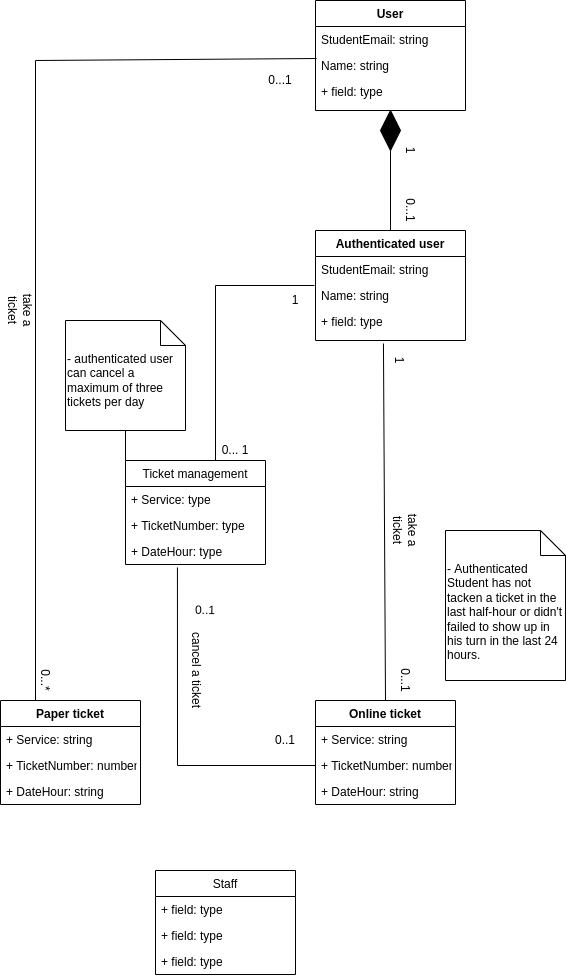
Above: images/Domain_Model.png in HenriqueNPinho/FEUP-ESOF (draw.io), before the change. Source tidied: cells renumbered, new cells last; positions are measured from the earlier drawing's top-left corner, leaving out a move shared by most shapes.
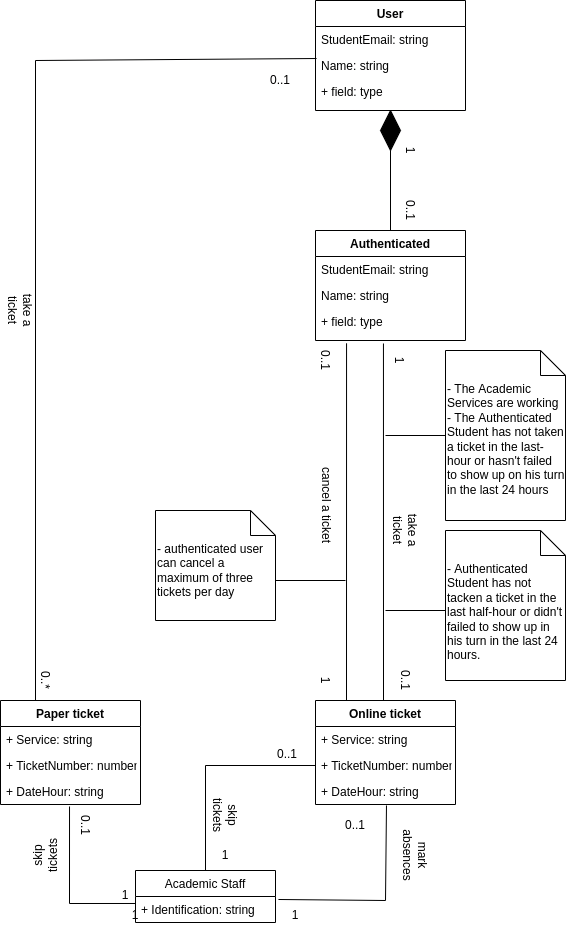
The same file after the commit.

The edit, as a diff of the source:
```diff
@@ -45,34 +45,30 @@
         </Array>
       </mxGeometry>
     </mxCell>
-    <mxCell id="15" value="0...1" style="text;html=1;strokeColor=none;fillColor=none;align=center;verticalAlign=middle;whiteSpace=wrap;rounded=0;rotation=90;" parent="1" vertex="1">
+    <mxCell id="15" value="0..1" style="text;html=1;strokeColor=none;fillColor=none;align=center;verticalAlign=middle;whiteSpace=wrap;rounded=0;rotation=90;" parent="1" vertex="1">
       <mxGeometry x="380" y="670" width="50" height="20" as="geometry" />
     </mxCell>
-    <mxCell id="16" style="endArrow=none;html=1;rounded=0;exitX=0.453;exitY=1.094;exitDx=0;exitDy=0;entryX=0.5;entryY=0;entryDx=0;entryDy=0;exitPerimeter=0;" parent="1" edge="1" source="27" target="10">
-      <mxGeometry relative="1" as="geometry" />
+    <mxCell id="16" style="endArrow=none;html=1;rounded=0;exitX=0.453;exitY=1.094;exitDx=0;exitDy=0;exitPerimeter=0;" parent="1" edge="1" source="27">
+      <mxGeometry relative="1" as="geometry">
+        <mxPoint x="383" y="700" as="targetPoint" />
+      </mxGeometry>
     </mxCell>
-    <mxCell id="17" value="0...*" style="text;html=1;strokeColor=none;fillColor=none;align=center;verticalAlign=middle;whiteSpace=wrap;rounded=0;rotation=90;" parent="1" vertex="1">
+    <mxCell id="17" value="0..*" style="text;html=1;strokeColor=none;fillColor=none;align=center;verticalAlign=middle;whiteSpace=wrap;rounded=0;rotation=90;" parent="1" vertex="1">
       <mxGeometry x="25" y="670" width="40" height="20" as="geometry" />
     </mxCell>
     <mxCell id="18" value="1" style="text;html=1;strokeColor=none;fillColor=none;align=center;verticalAlign=middle;whiteSpace=wrap;rounded=0;rotation=90;" parent="1" vertex="1">
       <mxGeometry x="379" y="350" width="40" height="20" as="geometry" />
     </mxCell>
-    <mxCell id="19" value="0...1" style="text;html=1;strokeColor=none;fillColor=none;align=center;verticalAlign=middle;whiteSpace=wrap;rounded=0;rotation=0;" parent="1" vertex="1">
+    <mxCell id="19" value="0..1" style="text;html=1;strokeColor=none;fillColor=none;align=center;verticalAlign=middle;whiteSpace=wrap;rounded=0;rotation=0;" parent="1" vertex="1">
       <mxGeometry x="255" y="70" width="50" height="20" as="geometry" />
     </mxCell>
-    <mxCell id="20" value="Staff" style="swimlane;fontStyle=0;horizontal=1;startSize=26;fillColor=none;" parent="1" vertex="1">
-      <mxGeometry x="155" y="870" width="140" height="104" as="geometry" />
+    <mxCell id="20" value="Academic Staff" style="swimlane;fontStyle=0;horizontal=1;startSize=26;fillColor=none;" parent="1" vertex="1">
+      <mxGeometry x="135" y="870" width="140" height="52" as="geometry" />
     </mxCell>
-    <mxCell id="21" value="+ field: type" style="text;strokeColor=none;fillColor=none;align=left;verticalAlign=top;spacingLeft=4;spacingRight=4;overflow=hidden;points=[[0,0.5],[1,0.5]];portConstraint=eastwest;" parent="20" vertex="1">
+    <mxCell id="21" value="+ Identification: string" style="text;strokeColor=none;fillColor=none;align=left;verticalAlign=top;spacingLeft=4;spacingRight=4;overflow=hidden;points=[[0,0.5],[1,0.5]];portConstraint=eastwest;" parent="20" vertex="1">
       <mxGeometry y="26" width="140" height="26" as="geometry" />
     </mxCell>
-    <mxCell id="22" value="+ field: type" style="text;strokeColor=none;fillColor=none;align=left;verticalAlign=top;spacingLeft=4;spacingRight=4;overflow=hidden;" parent="20" vertex="1">
-      <mxGeometry y="52" width="140" height="26" as="geometry" />
-    </mxCell>
-    <mxCell id="23" value="+ field: type" style="text;strokeColor=none;fillColor=none;align=left;verticalAlign=top;spacingLeft=4;spacingRight=4;overflow=hidden;" parent="20" vertex="1">
-      <mxGeometry y="78" width="140" height="26" as="geometry" />
-    </mxCell>
-    <mxCell id="24" value="Authenticated user" style="swimlane;fontStyle=1;horizontal=1;startSize=26;fillColor=none;" parent="1" vertex="1">
+    <mxCell id="24" value="Authenticated" style="swimlane;fontStyle=1;horizontal=1;startSize=26;fillColor=none;" parent="1" vertex="1">
       <mxGeometry x="315" y="230" width="150" height="110" as="geometry" />
     </mxCell>
     <mxCell id="25" value="StudentEmail: string" style="text;strokeColor=none;fillColor=none;align=left;verticalAlign=top;spacingLeft=4;spacingRight=4;overflow=hidden;" parent="24" vertex="1">
@@ -93,65 +89,105 @@
     <mxCell id="30" value="1" style="text;html=1;strokeColor=none;fillColor=none;align=center;verticalAlign=middle;whiteSpace=wrap;rounded=0;rotation=90;" parent="1" vertex="1">
       <mxGeometry x="385" y="140" width="50" height="20" as="geometry" />
     </mxCell>
-    <mxCell id="31" value="0...1" style="text;html=1;strokeColor=none;fillColor=none;align=center;verticalAlign=middle;whiteSpace=wrap;rounded=0;rotation=90;" parent="1" vertex="1">
+    <mxCell id="31" value="0..1" style="text;html=1;strokeColor=none;fillColor=none;align=center;verticalAlign=middle;whiteSpace=wrap;rounded=0;rotation=90;" parent="1" vertex="1">
       <mxGeometry x="390" y="200" width="40" height="20" as="geometry" />
     </mxCell>
-    <mxCell id="32" value="Ticket management" style="swimlane;fontStyle=0;horizontal=1;startSize=26;fillColor=none;" parent="1" vertex="1">
-      <mxGeometry x="125" y="460" width="140" height="104" as="geometry" />
-    </mxCell>
-    <mxCell id="33" value="+ Service: type" style="text;strokeColor=none;fillColor=none;align=left;verticalAlign=top;spacingLeft=4;spacingRight=4;overflow=hidden;" parent="32" vertex="1">
-      <mxGeometry y="26" width="140" height="26" as="geometry" />
-    </mxCell>
-    <mxCell id="34" value="+ TicketNumber: type" style="text;strokeColor=none;fillColor=none;align=left;verticalAlign=top;spacingLeft=4;spacingRight=4;overflow=hidden;" parent="32" vertex="1">
-      <mxGeometry y="52" width="140" height="26" as="geometry" />
-    </mxCell>
-    <mxCell id="35" value="+ DateHour: type" style="text;strokeColor=none;fillColor=none;align=left;verticalAlign=top;spacingLeft=4;spacingRight=4;overflow=hidden;points=[[0,0.5],[1,0.5]];portConstraint=eastwest;" parent="32" vertex="1">
-      <mxGeometry y="78" width="140" height="26" as="geometry" />
-    </mxCell>
-    <mxCell id="36" style="endArrow=none;html=1;rounded=0;entryX=-0.007;entryY=0.115;entryDx=0;entryDy=0;entryPerimeter=0;" parent="1" edge="1" target="26">
-      <mxGeometry relative="1" as="geometry">
-        <mxPoint x="215" y="460" as="sourcePoint" />
-        <Array as="points">
-          <mxPoint x="215" y="285" />
-        </Array>
-      </mxGeometry>
-    </mxCell>
     <mxCell id="37" value="take a ticket" style="text;html=1;strokeColor=none;fillColor=none;align=center;verticalAlign=middle;whiteSpace=wrap;rounded=0;rotation=90;" parent="1" vertex="1">
       <mxGeometry x="385" y="520" width="40" height="20" as="geometry" />
     </mxCell>
     <mxCell id="38" value="cancel a ticket" style="text;whiteSpace=wrap;html=1;rotation=90;" parent="1" vertex="1">
-      <mxGeometry x="145" y="665" width="100" height="30" as="geometry" />
+      <mxGeometry x="275" y="500" width="100" height="30" as="geometry" />
     </mxCell>
     <mxCell id="39" value="take a ticket" style="text;html=1;strokeColor=none;fillColor=none;align=center;verticalAlign=middle;whiteSpace=wrap;rounded=0;rotation=90;" parent="1" vertex="1">
       <mxGeometry y="300" width="40" height="20" as="geometry" />
     </mxCell>
     <mxCell id="40" value="- authenticated user can cancel a maximum of three tickets per day&lt;br&gt;" style="shape=note2;boundedLbl=1;whiteSpace=wrap;html=1;size=25;verticalAlign=top;align=left;" parent="1" vertex="1">
-      <mxGeometry x="65" y="320" width="120" height="110" as="geometry" />
+      <mxGeometry x="155" y="510" width="120" height="110" as="geometry" />
     </mxCell>
-    <mxCell id="41" style="endArrow=none;html=1;rounded=0;exitX=0.5;exitY=1;exitDx=0;exitDy=0;exitPerimeter=0;entryX=0;entryY=0;entryDx=0;entryDy=0;" parent="1" edge="1" source="40" target="32">
-      <mxGeometry relative="1" as="geometry" />
+    <mxCell id="41" style="endArrow=none;html=1;rounded=0;" parent="1" edge="1">
+      <mxGeometry relative="1" as="geometry">
+        <mxPoint x="275" y="580" as="sourcePoint" />
+        <mxPoint x="345" y="580" as="targetPoint" />
+      </mxGeometry>
     </mxCell>
     <mxCell id="42" value="&lt;span style=&quot;background-color: rgb(255 , 255 , 255)&quot;&gt;-&amp;nbsp;Authenticated Student has not tacken a ticket in the last half-hour or didn't failed to show up in his turn in the last 24 hours.&lt;br&gt;&lt;br&gt;&lt;/span&gt;" style="shape=note2;boundedLbl=1;whiteSpace=wrap;html=1;size=25;verticalAlign=top;align=left;strokeColor=default;fillColor=default;" parent="1" vertex="1">
       <mxGeometry x="445" y="530" width="120" height="150" as="geometry" />
     </mxCell>
-    <mxCell id="43" style="endArrow=none;html=1;rounded=0;entryX=0.371;entryY=1.115;entryDx=0;entryDy=0;entryPerimeter=0;exitX=0;exitY=0.5;exitDx=0;exitDy=0;" parent="1" edge="1" source="12" target="35">
+    <mxCell id="43" style="endArrow=none;html=1;rounded=0;entryX=0.207;entryY=1.088;entryDx=0;entryDy=0;entryPerimeter=0;" parent="1" edge="1" target="27">
       <mxGeometry relative="1" as="geometry">
-        <Array as="points">
-          <mxPoint x="177" y="765" />
-        </Array>
+        <mxPoint x="346" y="700" as="sourcePoint" />
       </mxGeometry>
     </mxCell>
-    <mxCell id="44" value="1" style="text;html=1;strokeColor=none;fillColor=none;align=center;verticalAlign=middle;whiteSpace=wrap;rounded=0;rotation=0;" parent="1" vertex="1">
-      <mxGeometry x="275" y="290" width="40" height="20" as="geometry" />
-    </mxCell>
-    <mxCell id="45" value="0... 1" style="text;html=1;strokeColor=none;fillColor=none;align=center;verticalAlign=middle;whiteSpace=wrap;rounded=0;rotation=0;" parent="1" vertex="1">
-      <mxGeometry x="215" y="440" width="40" height="20" as="geometry" />
+    <mxCell id="45" value="0..1" style="text;html=1;strokeColor=none;fillColor=none;align=center;verticalAlign=middle;whiteSpace=wrap;rounded=0;rotation=90;" parent="1" vertex="1">
+      <mxGeometry x="305" y="350" width="40" height="20" as="geometry" />
     </mxCell>
-    <mxCell id="46" value="0..1" style="text;html=1;strokeColor=none;fillColor=none;align=center;verticalAlign=middle;whiteSpace=wrap;rounded=0;rotation=1;" parent="1" vertex="1">
-      <mxGeometry x="185" y="600" width="40" height="20" as="geometry" />
+    <mxCell id="46" value="1" style="text;html=1;strokeColor=none;fillColor=none;align=center;verticalAlign=middle;whiteSpace=wrap;rounded=0;rotation=90;" parent="1" vertex="1">
+      <mxGeometry x="305" y="670" width="40" height="20" as="geometry" />
     </mxCell>
-    <mxCell id="47" value="0..1" style="text;html=1;strokeColor=none;fillColor=none;align=center;verticalAlign=middle;whiteSpace=wrap;rounded=0;rotation=0;" parent="1" vertex="1">
-      <mxGeometry x="265" y="730" width="40" height="20" as="geometry" />
-    </mxCell>
+    <mxCell id="48" style="endArrow=none;html=1;rounded=0;" parent="1" edge="1">
+      <mxGeometry relative="1" as="geometry">
+        <mxPoint x="445" y="610" as="sourcePoint" />
+        <mxPoint x="385" y="610" as="targetPoint" />
+      </mxGeometry>
+    </mxCell>
+    <mxCell id="49" value="&lt;span style=&quot;background-color: rgb(255 , 255 , 255)&quot;&gt;-&amp;nbsp;&lt;span&gt;The Academic Services are working&lt;br&gt;&lt;/span&gt;&lt;/span&gt;&lt;span style=&quot;background-color: rgb(255 , 255 , 255)&quot;&gt;- The Authenticated Student has not taken a ticket in the last-hour or hasn't failed to show up on his turn in the last 24 hours&lt;br&gt;&lt;/span&gt;" style="shape=note2;boundedLbl=1;whiteSpace=wrap;html=1;size=25;verticalAlign=top;align=left;strokeColor=default;fillColor=default;" parent="1" vertex="1">
+      <mxGeometry x="445" y="350" width="120" height="170" as="geometry" />
+    </mxCell>
+    <mxCell id="50" style="endArrow=none;html=1;rounded=0;exitX=0;exitY=0.5;exitDx=0;exitDy=0;exitPerimeter=0;" parent="1" edge="1" source="49">
+      <mxGeometry relative="1" as="geometry">
+        <mxPoint x="385" y="435" as="targetPoint" />
+      </mxGeometry>
+    </mxCell>
+    <mxCell id="51" style="endArrow=none;html=1;rounded=0;exitX=0;exitY=0.269;exitDx=0;exitDy=0;exitPerimeter=0;entryX=0.493;entryY=1.077;entryDx=0;entryDy=0;entryPerimeter=0;" parent="1" edge="1" source="21" target="9">
+      <mxGeometry relative="1" as="geometry">
+        <Array as="points">
+          <mxPoint x="69" y="903" />
+        </Array>
+      </mxGeometry>
+    </mxCell>
+    <mxCell id="52" style="endArrow=none;html=1;rounded=0;exitX=1.021;exitY=0.115;exitDx=0;exitDy=0;exitPerimeter=0;entryX=0.507;entryY=1.038;entryDx=0;entryDy=0;entryPerimeter=0;" parent="1" edge="1" source="21" target="13">
+      <mxGeometry relative="1" as="geometry">
+        <Array as="points">
+          <mxPoint x="385" y="900" />
+        </Array>
+      </mxGeometry>
+    </mxCell>
+    <mxCell id="53" value="0..1" style="text;html=1;strokeColor=none;fillColor=none;align=center;verticalAlign=middle;whiteSpace=wrap;rounded=0;" parent="1" vertex="1">
+      <mxGeometry x="325" y="810" width="60" height="30" as="geometry" />
+    </mxCell>
+    <mxCell id="54" value="mark absences" style="text;html=1;strokeColor=none;fillColor=none;align=center;verticalAlign=middle;whiteSpace=wrap;rounded=0;rotation=90;" parent="1" vertex="1">
+      <mxGeometry x="385" y="840" width="60" height="30" as="geometry" />
+    </mxCell>
+    <mxCell id="55" value="1" style="text;html=1;strokeColor=none;fillColor=none;align=center;verticalAlign=middle;whiteSpace=wrap;rounded=0;" parent="1" vertex="1">
+      <mxGeometry x="265" y="900" width="60" height="30" as="geometry" />
+    </mxCell>
+    <mxCell id="56" value="1" style="text;html=1;strokeColor=none;fillColor=none;align=center;verticalAlign=middle;whiteSpace=wrap;rounded=0;" parent="1" vertex="1">
+      <mxGeometry x="105" y="900" width="60" height="30" as="geometry" />
+    </mxCell>
+    <mxCell id="57" value="0..1" style="text;html=1;strokeColor=none;fillColor=none;align=center;verticalAlign=middle;whiteSpace=wrap;rounded=0;rotation=90;" parent="1" vertex="1">
+      <mxGeometry x="55" y="810" width="60" height="30" as="geometry" />
+    </mxCell>
+    <mxCell id="58" value="skip tickets" style="text;html=1;strokeColor=none;fillColor=none;align=center;verticalAlign=middle;whiteSpace=wrap;rounded=0;rotation=-90;" parent="1" vertex="1">
+      <mxGeometry x="15" y="840" width="60" height="30" as="geometry" />
+    </mxCell>
+    <mxCell id="59" value="skip tickets" style="text;html=1;strokeColor=none;fillColor=none;align=center;verticalAlign=middle;whiteSpace=wrap;rounded=0;rotation=90;" parent="1" vertex="1">
+      <mxGeometry x="195" y="800" width="60" height="30" as="geometry" />
+    </mxCell>
+    <mxCell id="60" style="endArrow=none;html=1;rounded=0;entryX=0;entryY=0.5;entryDx=0;entryDy=0;" parent="1" edge="1" source="20" target="12">
+      <mxGeometry relative="1" as="geometry">
+        <Array as="points">
+          <mxPoint x="205" y="765" />
+        </Array>
+      </mxGeometry>
+    </mxCell>
+    <mxCell id="61" value="0..1" style="text;whiteSpace=wrap;html=1;" parent="1" vertex="1">
+      <mxGeometry x="275" y="740" width="40" height="30" as="geometry" />
+    </mxCell>
+    <mxCell id="62" value="1" style="text;html=1;strokeColor=none;fillColor=none;align=center;verticalAlign=middle;whiteSpace=wrap;rounded=0;" parent="1" vertex="1">
+      <mxGeometry x="195" y="840" width="60" height="30" as="geometry" />
+    </mxCell>
+    <mxCell id="63" value="1" style="text;html=1;strokeColor=none;fillColor=none;align=center;verticalAlign=middle;whiteSpace=wrap;rounded=0;" parent="1" vertex="1">
+      <mxGeometry x="95" y="880" width="60" height="30" as="geometry" />
+    </mxCell>
   </root>
 </mxGraphModel>
```
